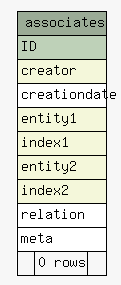
Above: diagrams/summary/associates.1degree.png in zeyosinc/zeyos-schema (Graphviz), before the change. Its source is kept beside it as diagrams/summary/associates.1degree.dot.
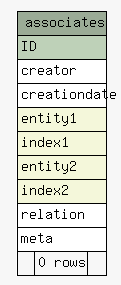
After the commit.

The edit, as a diff of the source:
```diff
@@ -20,7 +20,7 @@
     <TABLE BORDER="0" CELLBORDER="1" CELLSPACING="0" BGCOLOR="#ffffff">
       <TR><TD COLSPAN="3" BGCOLOR="#9bab96" ALIGN="CENTER">associates</TD></TR>
       <TR><TD PORT="ID" COLSPAN="3" BGCOLOR="#bed1b8" ALIGN="LEFT">ID</TD></TR>
-      <TR><TD PORT="creator" COLSPAN="3" BGCOLOR="#f4f7da" ALIGN="LEFT">creator</TD></TR>
+      <TR><TD PORT="creator" COLSPAN="3" ALIGN="LEFT">creator</TD></TR>
       <TR><TD PORT="creationdate" COLSPAN="3" ALIGN="LEFT">creationdate</TD></TR>
       <TR><TD PORT="entity1" COLSPAN="3" BGCOLOR="#f4f7da" ALIGN="LEFT">entity1</TD></TR>
       <TR><TD PORT="index1" COLSPAN="3" BGCOLOR="#f4f7da" ALIGN="LEFT">index1</TD></TR>
```
